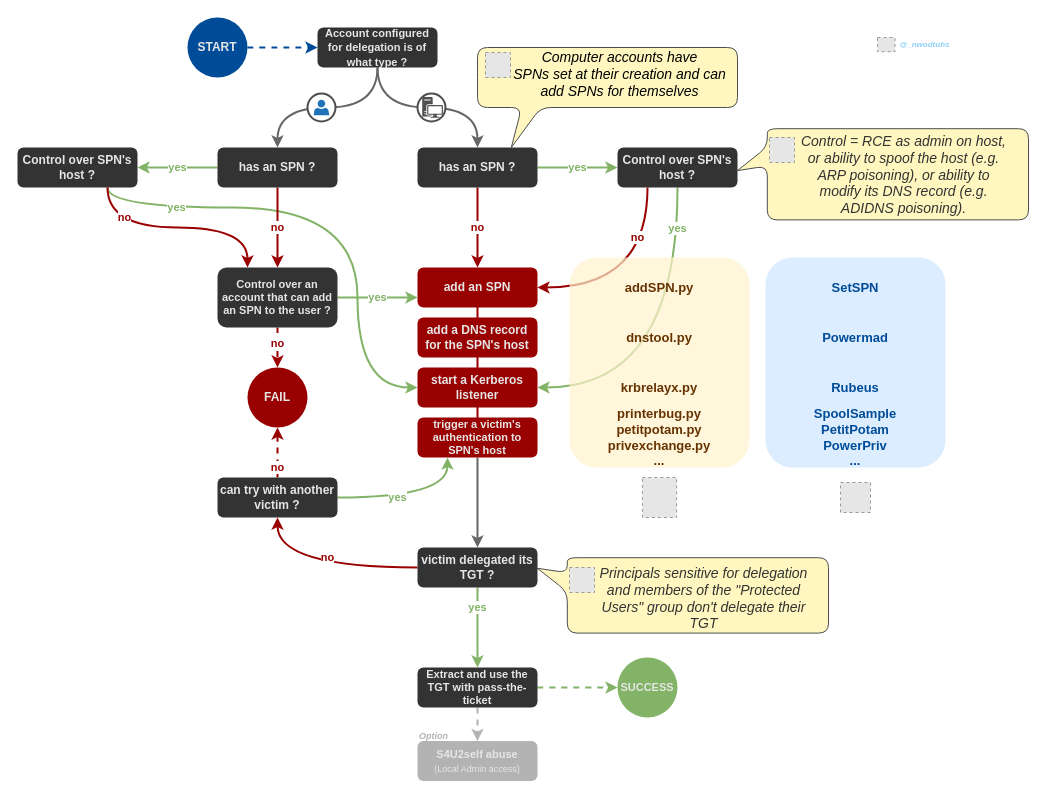
The draw.io diagram page "unconstrained" (1 of 3) of .assets/drawios/Kerberos_delegations.drawio in The-Hacker-Recipes/The-Hacker-Recipes, before the edit. Source tidied: cells renumbered, new cells numbered last; positions are measured from the earlier drawing's top-left corner, leaving out a move shared by most shapes. Both pictures are drawn from the tidied source at 100%, with x=0, y=0 at pixel (17, 17). Pictures stored in the file or linked from it are replaced by grey dashed boxes.
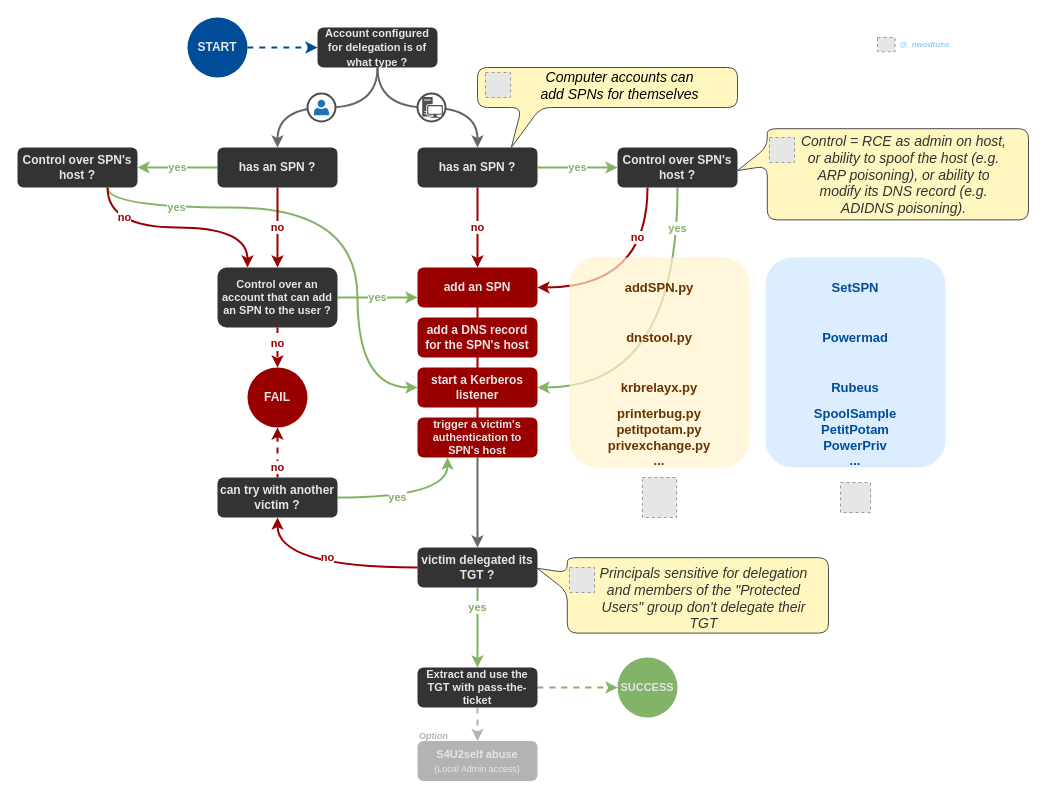
The same diagram, later.

The edit, as a diff of the source:
```diff
@@
     <mxCell id="60" style="shape=callout;whiteSpace=wrap;html=1;perimeter=calloutPerimeter;fillColor=#FFF7BF;gradientColor=none;fontSize=10;fontColor=#666666;align=left;rounded=1;position2=0.13;rotation=0;base=19;size=40;position=0.17;strokeWidth=1;strokeColor=#4D4D4D;" parent="1" vertex="1">
-      <mxGeometry x="460" y="30" width="260" height="100" as="geometry" />
+      <mxGeometry x="460" y="50" width="260" height="80" as="geometry" />
     </mxCell>
     <mxCell id="61" style="fillColor=#E6E6E6;strokeColor=#999999;dashed=1;verticalLabelPosition=bottom;labelBackgroundColor=#ffffff;verticalAlign=top;" parent="1" vertex="1">
-      <mxGeometry x="468" y="35" width="25" height="25" as="geometry" />
+      <mxGeometry x="468" y="55" width="25" height="25" as="geometry" />
     </mxCell>
-    <mxCell id="62" value="&lt;span style=&quot;font-family: &amp;#34;helvetica&amp;#34; ; font-weight: 400 ; letter-spacing: normal ; text-indent: 0px ; text-transform: none ; word-spacing: 0px ; font-size: 14px&quot;&gt;Computer accounts have&lt;/span&gt;&lt;br style=&quot;font-family: &amp;#34;helvetica&amp;#34; ; font-weight: 400 ; letter-spacing: normal ; text-indent: 0px ; text-transform: none ; word-spacing: 0px ; font-size: 14px&quot;&gt;&lt;span style=&quot;font-family: &amp;#34;helvetica&amp;#34; ; font-weight: 400 ; letter-spacing: normal ; text-indent: 0px ; text-transform: none ; word-spacing: 0px ; font-size: 14px&quot;&gt;SPNs set at their creation and&amp;nbsp;&lt;/span&gt;&lt;span style=&quot;font-family: &amp;#34;helvetica&amp;#34; ; font-weight: 400 ; letter-spacing: normal ; text-indent: 0px ; text-transform: none ; word-spacing: 0px ; font-size: 14px&quot;&gt;can&lt;/span&gt;&lt;br style=&quot;font-family: &amp;#34;helvetica&amp;#34; ; font-weight: 400 ; letter-spacing: normal ; text-indent: 0px ; text-transform: none ; word-spacing: 0px ; font-size: 14px&quot;&gt;&lt;span style=&quot;font-family: &amp;#34;helvetica&amp;#34; ; font-weight: 400 ; letter-spacing: normal ; text-indent: 0px ; text-transform: none ; word-spacing: 0px ; font-size: 14px&quot;&gt;add SPNs for themselves&lt;/span&gt;" style="text;whiteSpace=wrap;html=1;fontSize=11;labelBackgroundColor=none;align=center;fontStyle=2;" parent="1" vertex="1">
-      <mxGeometry x="493" y="25" width="219" height="60" as="geometry" />
+    <mxCell id="62" value="&lt;span style=&quot;font-family: &amp;quot;helvetica&amp;quot; ; font-weight: 400 ; letter-spacing: normal ; text-indent: 0px ; text-transform: none ; word-spacing: 0px ; font-size: 14px&quot;&gt;Computer accounts&lt;/span&gt;&lt;span style=&quot;font-family: &amp;quot;helvetica&amp;quot; ; font-weight: 400 ; letter-spacing: normal ; text-indent: 0px ; text-transform: none ; word-spacing: 0px ; font-size: 14px&quot;&gt; &lt;/span&gt;&lt;span style=&quot;font-family: &amp;quot;helvetica&amp;quot; ; font-weight: 400 ; letter-spacing: normal ; text-indent: 0px ; text-transform: none ; word-spacing: 0px ; font-size: 14px&quot;&gt;can&lt;/span&gt;&lt;br style=&quot;font-family: &amp;quot;helvetica&amp;quot; ; font-weight: 400 ; letter-spacing: normal ; text-indent: 0px ; text-transform: none ; word-spacing: 0px ; font-size: 14px&quot;&gt;&lt;span style=&quot;font-family: &amp;quot;helvetica&amp;quot; ; font-weight: 400 ; letter-spacing: normal ; text-indent: 0px ; text-transform: none ; word-spacing: 0px ; font-size: 14px&quot;&gt;add SPNs for themselves&lt;/span&gt;" style="text;whiteSpace=wrap;html=1;fontSize=11;labelBackgroundColor=none;align=center;fontStyle=2;" parent="1" vertex="1">
+      <mxGeometry x="493" y="45" width="219" height="60" as="geometry" />
     </mxCell>
```
